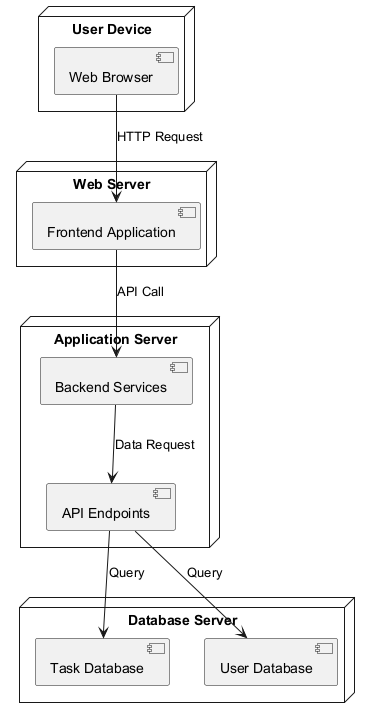
Takayuki-Suda/nuxt-todo-app-document keeps this PlantUML diagram as docs/images/TaskManagementDeploymentDiagram.png. Above is the earlier version. Source of this version:
```plantuml
@startuml
node "User Device" {
  [Web Browser]
}

node "Web Server" {
  [Frontend Application]
}

node "Application Server" {
  [Backend Services]
  [API Endpoints]
}

node "Database Server" {
  [Task Database]
  [User Database]
}

[Web Browser] --> [Frontend Application] : HTTP Request
[Frontend Application] --> [Backend Services] : API Call
[Backend Services] --> [API Endpoints] : Data Request
[API Endpoints] --> [Task Database] : Query
[API Endpoints] --> [User Database] : Query
@enduml
```
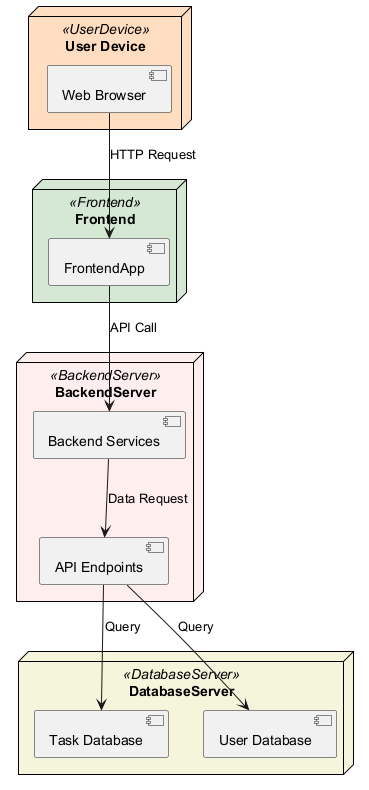
After the commit.

Commit message:
feat: TaskManagementDeploymentDiagram.puml の色を修正し、視覚的な整合性を向上させました

- 各パッケージの背景色を設定
  - UserDevice: #FFDDC1
  - Frontend: #D5E8D4
  - BackendServer: #FFEEEE
  - DatabaseServer: #F5F5DC
- 他の画像とのカラーコーディングの整合性を取るために修正

What changed in the source:
```diff
@@ -1,24 +1,32 @@
 @startuml
-node "User Device" {
+skinparam package {
+    BackgroundColor<<UserDevice>> #FFDDC1
+    BackgroundColor<<Frontend>> #D5E8D4
+    BackgroundColor<<BackendServer>> #FFEEEE
+    BackgroundColor<<DatabaseServer>> #F5F5DC
+    BorderColor black
+}
+
+node "User Device" <<UserDevice>> {
   [Web Browser]
 }
 
-node "Web Server" {
-  [Frontend Application]
+node "Frontend" <<Frontend>> {
+  [FrontendApp]
 }
 
-node "Application Server" {
+node "BackendServer" <<BackendServer>> {
   [Backend Services]
   [API Endpoints]
 }
 
-node "Database Server" {
+node "DatabaseServer" <<DatabaseServer>> {
   [Task Database]
   [User Database]
 }
 
-[Web Browser] --> [Frontend Application] : HTTP Request
-[Frontend Application] --> [Backend Services] : API Call
+[Web Browser] --> [FrontendApp] : HTTP Request
+[FrontendApp] --> [Backend Services] : API Call
 [Backend Services] --> [API Endpoints] : Data Request
 [API Endpoints] --> [Task Database] : Query
 [API Endpoints] --> [User Database] : Query
```
